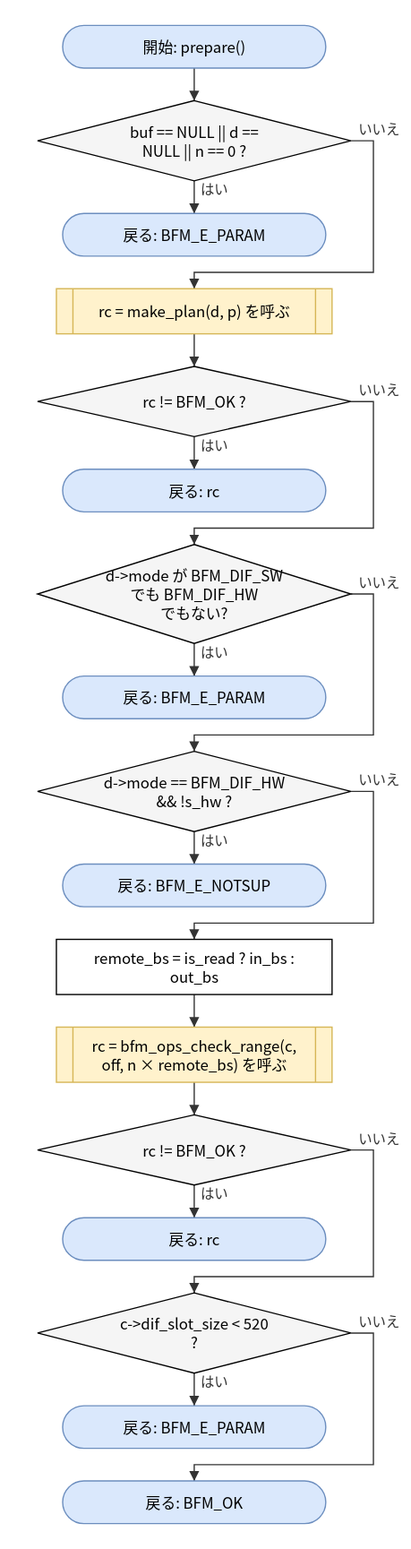
Earlier version of the draw.io export doc/spec/images/flow_src_bfm_dif-prepare.drawio.svg (hf355051012-ai/bfmem). Source tidied: cells renumbered, new cells last; positions are measured from the earlier drawing's top-left corner, leaving out a move shared by most shapes.
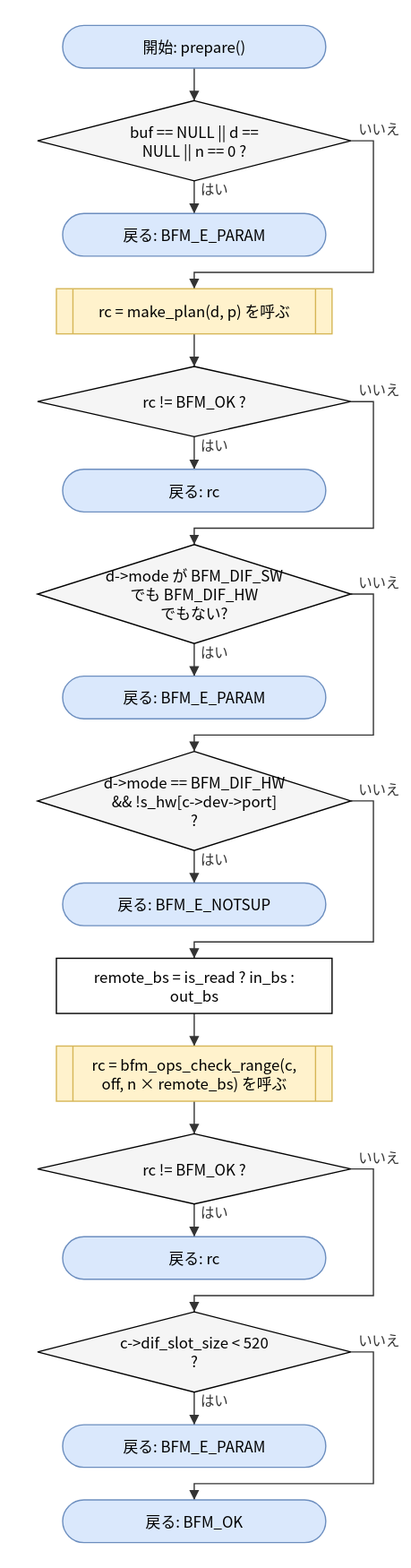
The same file after the commit.

Diff of the diagram source:
```diff
@@ -26,32 +26,32 @@
     <mxCell id="9" value="戻る: BFM_E_PARAM" style="rounded=1;arcSize=50;whiteSpace=wrap;html=1;fillColor=#dae8fc;strokeColor=#6c8ebf;" parent="1" vertex="1">
       <mxGeometry x="20" y="519" width="210" height="34" as="geometry" />
     </mxCell>
-    <mxCell id="10" value="d-&amp;gt;mode == BFM_DIF_HW&lt;br&gt;&amp;amp;&amp;amp; !s_hw ?" style="rhombus;whiteSpace=wrap;html=1;fillColor=#f5f5f5;" parent="1" vertex="1">
-      <mxGeometry y="579" width="250" height="64" as="geometry" />
+    <mxCell id="10" value="d-&amp;gt;mode == BFM_DIF_HW&lt;br&gt;&amp;amp;&amp;amp; !s_hw[c-&amp;gt;dev-&amp;gt;port]&lt;br&gt;?" style="rhombus;whiteSpace=wrap;html=1;fillColor=#f5f5f5;" parent="1" vertex="1">
+      <mxGeometry y="579" width="250" height="79" as="geometry" />
     </mxCell>
     <mxCell id="11" value="戻る: BFM_E_NOTSUP" style="rounded=1;arcSize=50;whiteSpace=wrap;html=1;fillColor=#dae8fc;strokeColor=#6c8ebf;" parent="1" vertex="1">
-      <mxGeometry x="20" y="669" width="210" height="34" as="geometry" />
+      <mxGeometry x="20" y="684" width="210" height="34" as="geometry" />
     </mxCell>
     <mxCell id="12" value="remote_bs = is_read ? in_bs :&lt;br&gt;out_bs" style="rounded=0;whiteSpace=wrap;html=1;" parent="1" vertex="1">
-      <mxGeometry x="15" y="729" width="220" height="44" as="geometry" />
+      <mxGeometry x="15" y="744" width="220" height="44" as="geometry" />
     </mxCell>
     <mxCell id="13" value="rc = bfm_ops_check_range(c,&lt;br&gt;off, n × remote_bs) を呼ぶ" style="shape=process;whiteSpace=wrap;html=1;backgroundOutline=1;size=0.06;fillColor=#fff2cc;strokeColor=#d6b656;" parent="1" vertex="1">
-      <mxGeometry x="15" y="799" width="220" height="44" as="geometry" />
+      <mxGeometry x="15" y="814" width="220" height="44" as="geometry" />
     </mxCell>
     <mxCell id="14" value="rc != BFM_OK ?" style="rhombus;whiteSpace=wrap;html=1;fillColor=#f5f5f5;" parent="1" vertex="1">
-      <mxGeometry y="869" width="250" height="56" as="geometry" />
+      <mxGeometry y="884" width="250" height="56" as="geometry" />
     </mxCell>
     <mxCell id="15" value="戻る: rc" style="rounded=1;arcSize=50;whiteSpace=wrap;html=1;fillColor=#dae8fc;strokeColor=#6c8ebf;" parent="1" vertex="1">
-      <mxGeometry x="20" y="951" width="210" height="34" as="geometry" />
+      <mxGeometry x="20" y="966" width="210" height="34" as="geometry" />
     </mxCell>
     <mxCell id="16" value="c-&amp;gt;dif_slot_size &amp;lt; 520&lt;br&gt;?" style="rhombus;whiteSpace=wrap;html=1;fillColor=#f5f5f5;" parent="1" vertex="1">
-      <mxGeometry y="1011" width="250" height="64" as="geometry" />
+      <mxGeometry y="1026" width="250" height="64" as="geometry" />
     </mxCell>
     <mxCell id="17" value="戻る: BFM_E_PARAM" style="rounded=1;arcSize=50;whiteSpace=wrap;html=1;fillColor=#dae8fc;strokeColor=#6c8ebf;" parent="1" vertex="1">
-      <mxGeometry x="20" y="1101" width="210" height="34" as="geometry" />
+      <mxGeometry x="20" y="1116" width="210" height="34" as="geometry" />
     </mxCell>
     <mxCell id="18" value="戻る: BFM_OK" style="rounded=1;arcSize=50;whiteSpace=wrap;html=1;fillColor=#dae8fc;strokeColor=#6c8ebf;" parent="1" vertex="1">
-      <mxGeometry x="20" y="1161" width="210" height="34" as="geometry" />
+      <mxGeometry x="20" y="1176" width="210" height="34" as="geometry" />
     </mxCell>
     <mxCell id="19" style="edgeStyle=none;html=1;rounded=0;endArrow=block;endFill=1;exitX=0.5000;exitY=1.0000;exitDx=0;exitDy=0;exitPerimeter=0;entryX=0.5000;entryY=0.0000;entryDx=0;entryDy=0;entryPerimeter=0;" parent="1" edge="1" source="2" target="3">
       <mxGeometry relative="1" as="geometry" />
@@ -101,9 +101,9 @@
     <mxCell id="28" value="いいえ" style="edgeStyle=none;html=1;rounded=0;endArrow=block;endFill=1;exitX=1.0000;exitY=0.5000;exitDx=0;exitDy=0;exitPerimeter=0;entryX=0.5000;entryY=0.0000;entryDx=0;entryDy=0;entryPerimeter=0;" parent="1" edge="1" source="10" target="12">
       <mxGeometry relative="1" as="geometry">
         <Array as="points">
-          <mxPoint x="268" y="611" />
-          <mxPoint x="268" y="716" />
-          <mxPoint x="125" y="716" />
+          <mxPoint x="268" y="618.5" />
+          <mxPoint x="268" y="731" />
+          <mxPoint x="125" y="731" />
         </Array>
       </mxGeometry>
     </mxCell>
@@ -119,9 +119,9 @@
     <mxCell id="32" value="いいえ" style="edgeStyle=none;html=1;rounded=0;endArrow=block;endFill=1;exitX=1.0000;exitY=0.5000;exitDx=0;exitDy=0;exitPerimeter=0;entryX=0.5000;entryY=0.0000;entryDx=0;entryDy=0;entryPerimeter=0;" parent="1" edge="1" source="14" target="16">
       <mxGeometry relative="1" as="geometry">
         <Array as="points">
-          <mxPoint x="268" y="897" />
-          <mxPoint x="268" y="998" />
-          <mxPoint x="125" y="998" />
+          <mxPoint x="268" y="912" />
+          <mxPoint x="268" y="1013" />
+          <mxPoint x="125" y="1013" />
         </Array>
       </mxGeometry>
     </mxCell>
@@ -131,9 +131,9 @@
     <mxCell id="34" value="いいえ" style="edgeStyle=none;html=1;rounded=0;endArrow=block;endFill=1;exitX=1.0000;exitY=0.5000;exitDx=0;exitDy=0;exitPerimeter=0;entryX=0.5000;entryY=0.0000;entryDx=0;entryDy=0;entryPerimeter=0;" parent="1" edge="1" source="16" target="18">
       <mxGeometry relative="1" as="geometry">
         <Array as="points">
-          <mxPoint x="268" y="1043" />
-          <mxPoint x="268" y="1148" />
-          <mxPoint x="125" y="1148" />
+          <mxPoint x="268" y="1058" />
+          <mxPoint x="268" y="1163" />
+          <mxPoint x="125" y="1163" />
         </Array>
       </mxGeometry>
     </mxCell>
```
